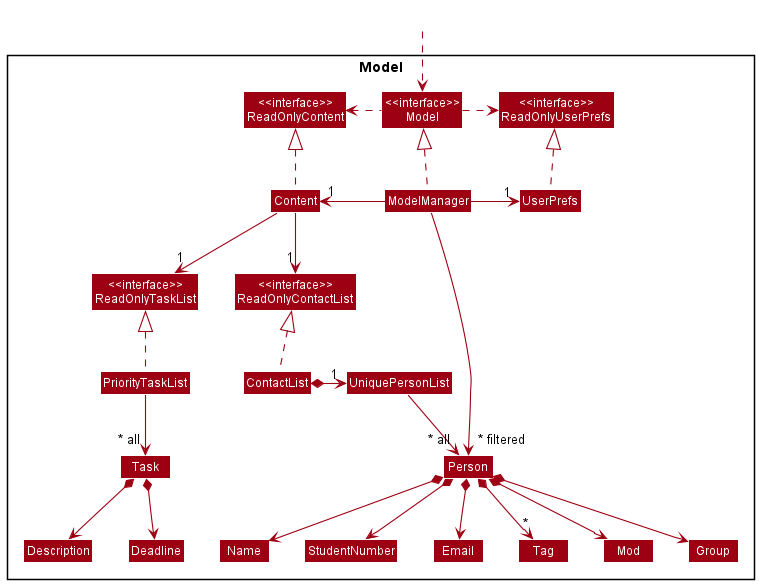
This is docs/images/ModelClassDiagramV3.png from s7manth/tp, a PlantUML export, as it was before one commit. Source of this version:
```plantuml
@startuml
!include style.puml
skinparam arrowThickness 1.1
skinparam arrowColor MODEL_COLOR
skinparam classBackgroundColor MODEL_COLOR

Package Model <<Rectangle>>{
Class "<<interface>>\nReadOnlyTaskList" as ReadOnlyTaskList
Class "<<interface>>\nReadOnlyContactList" as ReadOnlyContactList
Class "<<interface>>\nReadOnlyUserPrefs" as ReadOnlyUserPrefs
Class "<<interface>>\nModel" as Model
Class "<<interface>>\nReadOnlyContent" as ReadOnlyContent

Class ContactList
Class ModelManager
Class UserPrefs
Class Content

Class PriorityTaskList
Class Task
Class Description
Class Deadline

Class UniquePersonList
Class Person
Class Mod
Class Group
Class Email
Class Name
Class StudentNumber
Class Tag

}

Class HiddenOutside #FFFFFF
HiddenOutside ..> Model

ModelManager .up.|> Model
Model .right.> ReadOnlyUserPrefs
Model .left.> ReadOnlyContent
ModelManager -left-> "1" Content
ModelManager -right-> "1" UserPrefs
UserPrefs .up.|> ReadOnlyUserPrefs

Content .up.|> ReadOnlyContent
Content -down-> "1" ReadOnlyTaskList
Content -down-> "1" ReadOnlyContactList

PriorityTaskList .up.|> ReadOnlyTaskList
PriorityTaskList -down-> "~* all" Task
Task *--> Description
Task *--> Deadline


ReadOnlyContactList -[hidden]left-> ReadOnlyTaskList

ContactList .up.|> ReadOnlyContactList
ContactList *-> "1" UniquePersonList
UniquePersonList --> "~* all" Person
Person *--> Name
Person *--> StudentNumber
Person *--> Email
Person *--> Mod
Person *--> Group
Person *--> "*" Tag

Name -[hidden]right-> StudentNumber
Name -[hidden]right-> Email
StudentNumber -[hidden]right-> Mod
Mod -[hidden]right-> Group

ModelManager -->"~* filtered" Person
@enduml
```
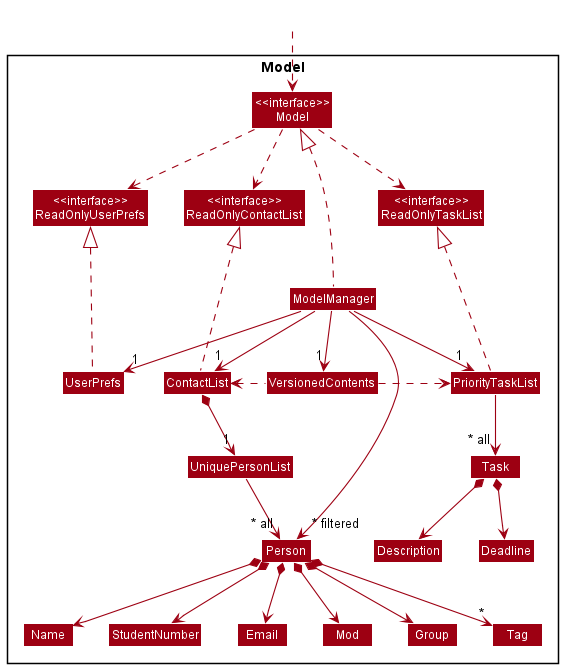
Above is the later version.

Commit message:
[DOC] Change model diagram to reflect planned model

What changed in the source:
```diff
@@ -9,12 +9,11 @@
 Class "<<interface>>\nReadOnlyContactList" as ReadOnlyContactList
 Class "<<interface>>\nReadOnlyUserPrefs" as ReadOnlyUserPrefs
 Class "<<interface>>\nModel" as Model
-Class "<<interface>>\nReadOnlyContent" as ReadOnlyContent
 
 Class ContactList
 Class ModelManager
 Class UserPrefs
-Class Content
+Class VersionedContents
 
 Class PriorityTaskList
 Class Task
@@ -35,27 +34,31 @@
 Class HiddenOutside #FFFFFF
 HiddenOutside ..> Model
 
-ModelManager .up.|> Model
-Model .right.> ReadOnlyUserPrefs
-Model .left.> ReadOnlyContent
-ModelManager -left-> "1" Content
-ModelManager -right-> "1" UserPrefs
-UserPrefs .up.|> ReadOnlyUserPrefs
+ModelManager .up..|> Model
+Model .down.> ReadOnlyUserPrefs
+Model .down.> ReadOnlyContactList
+Model .down.> ReadOnlyTaskList
 
-Content .up.|> ReadOnlyContent
-Content -down-> "1" ReadOnlyTaskList
-Content -down-> "1" ReadOnlyContactList
+ModelManager -down-> "1" ContactList
+ModelManager -down-> "1" UserPrefs
+ModelManager -down-> "1" PriorityTaskList
+ModelManager -down-> "1" VersionedContents
 
-PriorityTaskList .up.|> ReadOnlyTaskList
+VersionedContents .right.> PriorityTaskList
+VersionedContents .left.> ContactList
+
+UserPrefs .up..|> ReadOnlyUserPrefs
+
+PriorityTaskList .up..|> ReadOnlyTaskList
 PriorityTaskList -down-> "~* all" Task
 Task *--> Description
 Task *--> Deadline
 
+ReadOnlyContactList -[hidden]right-> ReadOnlyTaskList
+ReadOnlyContactList -[hidden]left-> ReadOnlyUserPrefs
 
-ReadOnlyContactList -[hidden]left-> ReadOnlyTaskList
-
-ContactList .up.|> ReadOnlyContactList
-ContactList *-> "1" UniquePersonList
+ContactList .up..|> ReadOnlyContactList
+ContactList *-down-> "1" UniquePersonList
 UniquePersonList --> "~* all" Person
 Person *--> Name
 Person *--> StudentNumber
```
